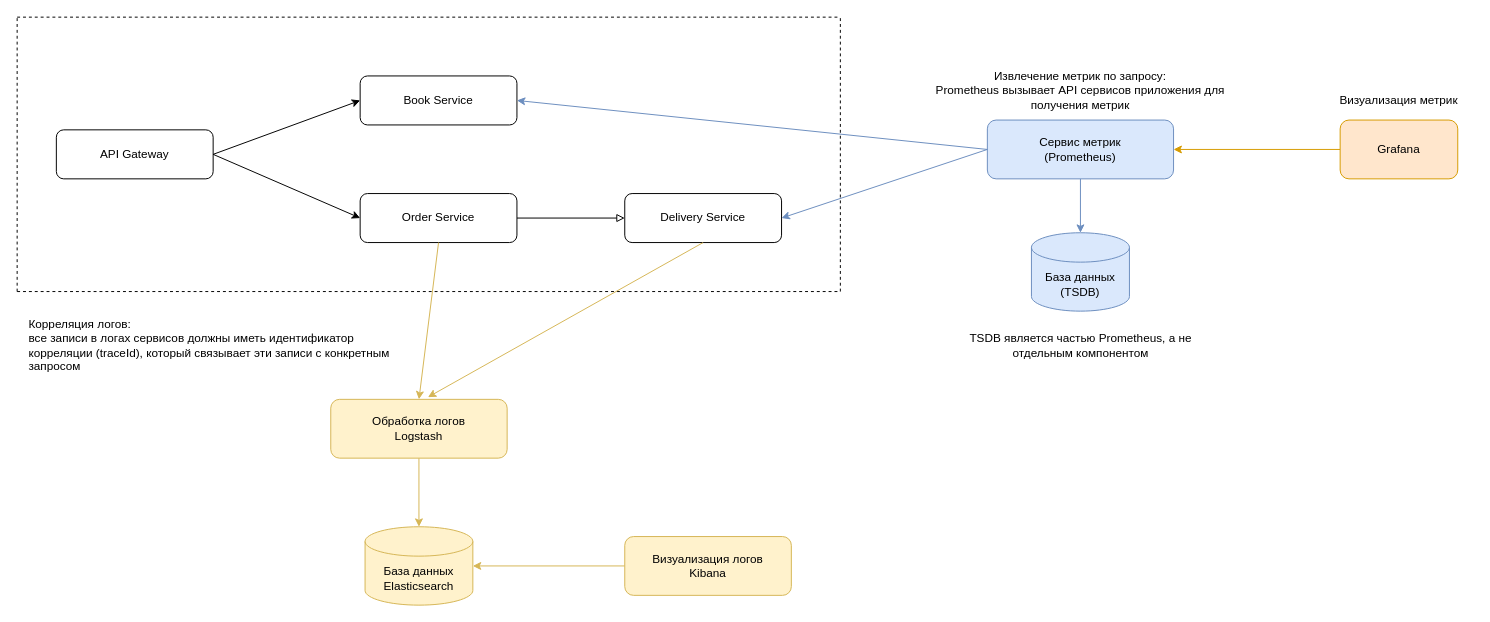
Earlier version of the draw.io diagram 01-architecture/online-shop-demo.drawio (ysavchen/online-shop-demo). Source tidied: cells renumbered, new cells numbered last; positions are measured from the earlier drawing's top-left corner, leaving out a move shared by most shapes. Both pictures are drawn from the tidied source at 98%, with x=0, y=0 at pixel (17, 17).
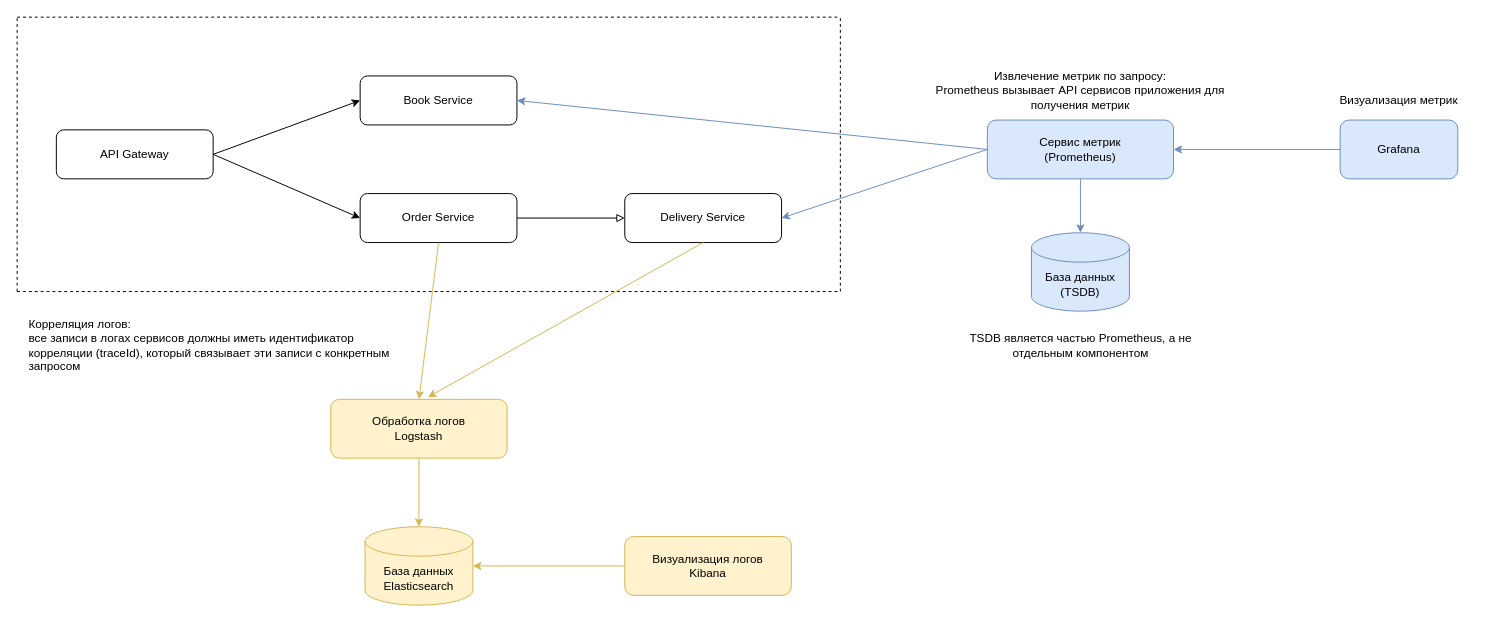
The same diagram, later.

The change refers to these unchanged cells:
```xml
<mxCell id="14" value="Сервис метрик &lt;br&gt;(Prometheus)" style="rounded=1;whiteSpace=wrap;html=1;fillColor=#dae8fc;strokeColor=#6c8ebf;" parent="1" vertex="1">
  <mxGeometry x="990" y="105" width="190" height="60" as="geometry" />
</mxCell>
```

Diff of the diagram source:
```diff
@@
-    <mxCell id="20" style="edgeStyle=orthogonalEdgeStyle;rounded=0;jettySize=auto;html=1;entryX=1;entryY=0.5;entryDx=0;entryDy=0;fillColor=#ffe6cc;strokeColor=#d79b00;" parent="1" edge="1" source="21" target="14">
+    <mxCell id="20" style="edgeStyle=orthogonalEdgeStyle;rounded=0;jettySize=auto;html=1;entryX=1;entryY=0.5;entryDx=0;entryDy=0;fillColor=#dae8fc;strokeColor=#6c8ebf;" parent="1" edge="1" source="21" target="14">
       <mxGeometry relative="1" as="geometry" />
     </mxCell>
-    <mxCell id="21" value="Grafana" style="rounded=1;whiteSpace=wrap;html=1;fillColor=#ffe6cc;strokeColor=#d79b00;" parent="1" vertex="1">
+    <mxCell id="21" value="Grafana" style="rounded=1;whiteSpace=wrap;html=1;fillColor=#dae8fc;strokeColor=#6c8ebf;" parent="1" vertex="1">
       <mxGeometry x="1350" y="105" width="120" height="60" as="geometry" />
     </mxCell>
```
